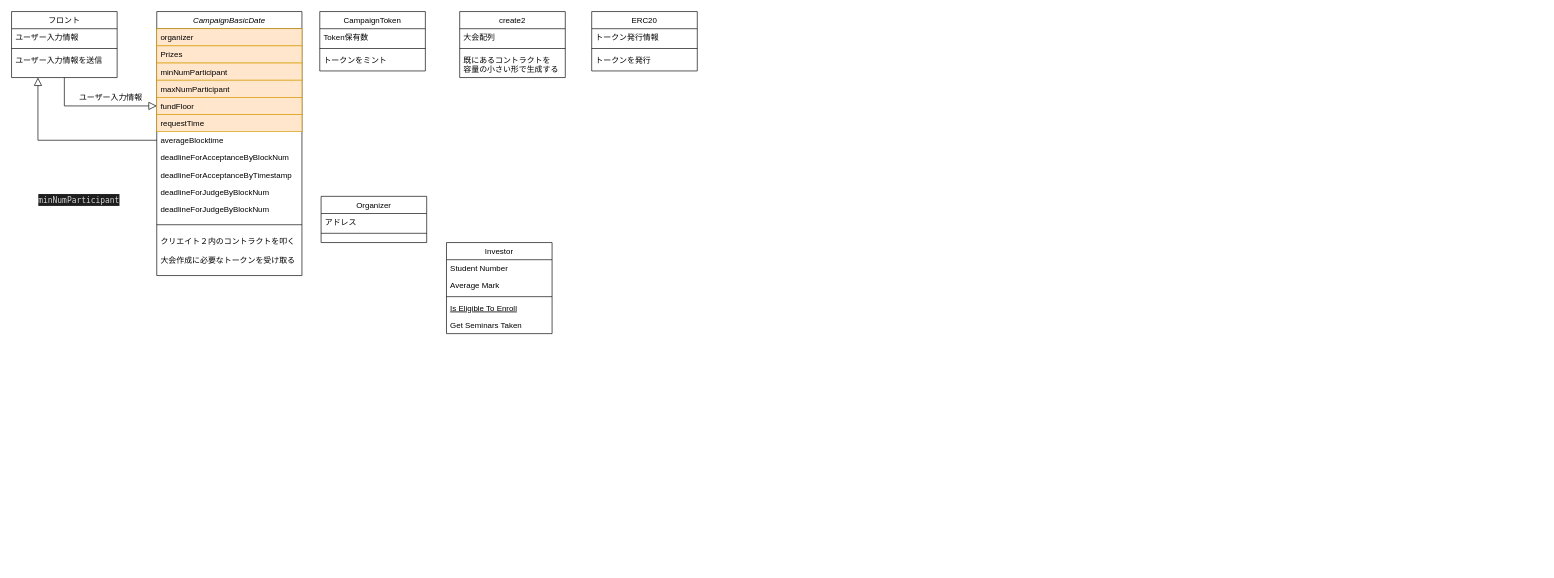
Before: Untitled Diagram.drawio in 0xyoruichi/Campaign, a draw.io diagram. Source tidied: cells renumbered, new cells numbered last; positions are measured from the earlier drawing's top-left corner, leaving out a move shared by most shapes. Both pictures are drawn from the tidied source at 66%, with x=0, y=0 at pixel (11, 11).
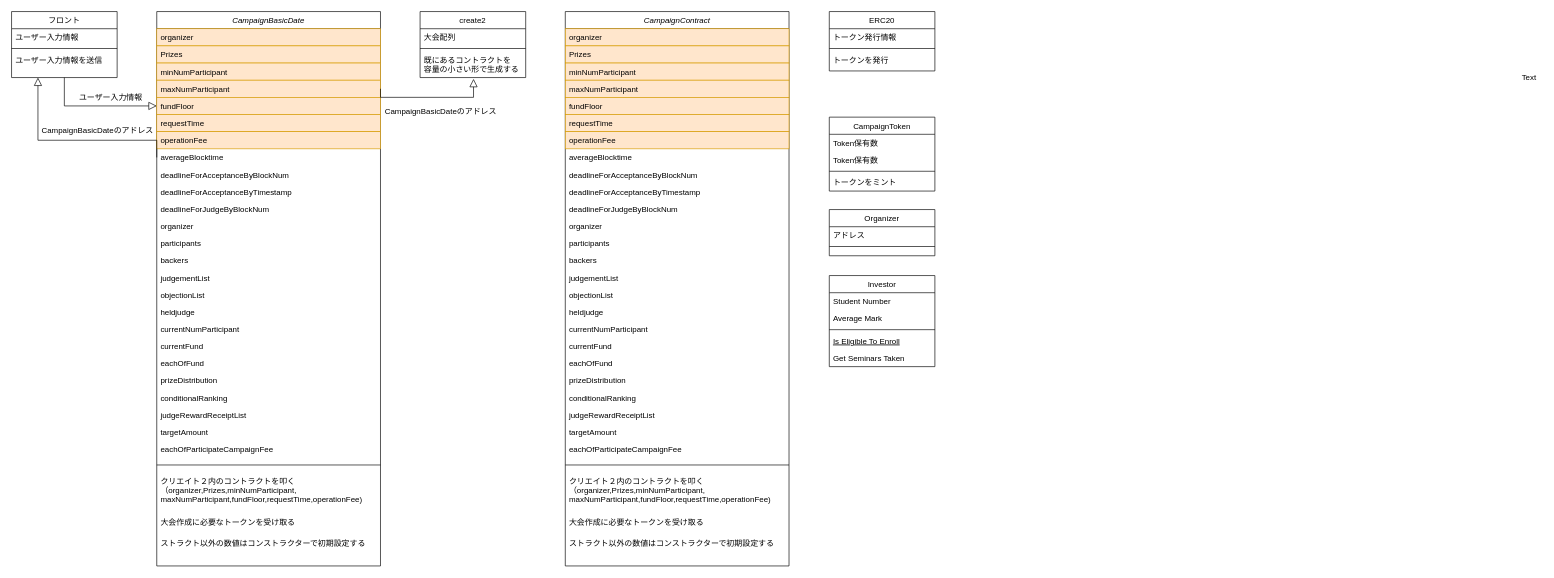
Above is the later version.

Unchanged cells that the change refers to:
```xml
<mxCell id="35" value="既にあるコントラクトを&#10;容量の小さい形で生成する" style="text;align=left;verticalAlign=top;spacingLeft=4;spacingRight=4;overflow=hidden;points=[[0,0.5],[1,0.5]];portConstraint=eastwest;" parent="32" vertex="1">
  <mxGeometry y="60" width="160" height="40" as="geometry" />
</mxCell>
```

Change to the diagram source:
```diff
@@
     <mxCell id="2" value="CampaignBasicDate" style="swimlane;fontStyle=2;align=center;verticalAlign=top;horizontal=1;startSize=26;rounded=0;shadow=0;strokeWidth=1;" parent="1" vertex="1">
-      <mxGeometry x="220" width="220" height="400" as="geometry" />
+      <mxGeometry x="220" width="339" height="840" as="geometry" />
     </mxCell>
     <mxCell id="3" value="organizer" style="text;align=left;verticalAlign=top;spacingLeft=4;spacingRight=4;overflow=hidden;fillColor=#ffe6cc;strokeColor=#d79b00;" parent="2" vertex="1">
-      <mxGeometry y="26" width="220" height="26" as="geometry" />
+      <mxGeometry y="26" width="339" height="26" as="geometry" />
     </mxCell>
     <mxCell id="4" value="Prizes" style="text;align=left;verticalAlign=top;spacingLeft=4;spacingRight=4;overflow=hidden;rounded=0;shadow=0;html=0;fillColor=#ffe6cc;strokeColor=#d79b00;" parent="2" vertex="1">
-      <mxGeometry y="52" width="220" height="26" as="geometry" />
+      <mxGeometry y="52" width="339" height="26" as="geometry" />
     </mxCell>
     <mxCell id="5" value="minNumParticipant" style="text;align=left;verticalAlign=top;spacingLeft=4;spacingRight=4;overflow=hidden;rounded=0;shadow=0;html=0;fillColor=#ffe6cc;strokeColor=#d79b00;" parent="2" vertex="1">
-      <mxGeometry y="78" width="220" height="26" as="geometry" />
+      <mxGeometry y="78" width="339" height="26" as="geometry" />
     </mxCell>
     <mxCell id="6" value="maxNumParticipant" style="text;align=left;verticalAlign=top;spacingLeft=4;spacingRight=4;overflow=hidden;points=[[0,0.5],[1,0.5]];portConstraint=eastwest;rounded=0;shadow=0;html=0;fillColor=#ffe6cc;strokeColor=#d79b00;" parent="2" vertex="1">
-      <mxGeometry y="104" width="220" height="26" as="geometry" />
+      <mxGeometry y="104" width="339" height="26" as="geometry" />
     </mxCell>
     <mxCell id="7" value="fundFloor" style="text;align=left;verticalAlign=top;spacingLeft=4;spacingRight=4;overflow=hidden;points=[[0,0.5],[1,0.5]];portConstraint=eastwest;rounded=0;shadow=0;html=0;fillColor=#ffe6cc;strokeColor=#d79b00;" parent="2" vertex="1">
-      <mxGeometry y="130" width="220" height="26" as="geometry" />
+      <mxGeometry y="130" width="339" height="26" as="geometry" />
     </mxCell>
     <mxCell id="8" value="requestTime" style="text;align=left;verticalAlign=top;spacingLeft=4;spacingRight=4;overflow=hidden;rounded=0;shadow=0;html=0;fillColor=#ffe6cc;strokeColor=#d79b00;" parent="2" vertex="1">
-      <mxGeometry y="156" width="220" height="26" as="geometry" />
+      <mxGeometry y="156" width="339" height="26" as="geometry" />
     </mxCell>
+    <mxCell id="46" value="operationFee" style="text;align=left;verticalAlign=top;spacingLeft=4;spacingRight=4;overflow=hidden;rounded=0;shadow=0;html=0;fillColor=#ffe6cc;strokeColor=#d79b00;" parent="2" vertex="1">
+      <mxGeometry y="182" width="339" height="26" as="geometry" />
+    </mxCell>
     <mxCell id="9" value="averageBlocktime" style="text;align=left;verticalAlign=top;spacingLeft=4;spacingRight=4;overflow=hidden;points=[[0,0.5],[1,0.5]];portConstraint=eastwest;rounded=0;shadow=0;html=0;" parent="2" vertex="1">
-      <mxGeometry y="182" width="220" height="26" as="geometry" />
+      <mxGeometry y="208" width="339" height="26" as="geometry" />
     </mxCell>
     <mxCell id="10" value="deadlineForAcceptanceByBlockNum" style="text;align=left;verticalAlign=top;spacingLeft=4;spacingRight=4;overflow=hidden;rounded=0;shadow=0;html=0;" parent="2" vertex="1">
-      <mxGeometry y="208" width="220" height="26" as="geometry" />
+      <mxGeometry y="234" width="339" height="26" as="geometry" />
     </mxCell>
     <mxCell id="11" value="deadlineForAcceptanceByTimestamp" style="text;align=left;verticalAlign=top;spacingLeft=4;spacingRight=4;overflow=hidden;rounded=0;shadow=0;html=0;" parent="2" vertex="1">
-      <mxGeometry y="234" width="220" height="26" as="geometry" />
+      <mxGeometry y="260" width="339" height="26" as="geometry" />
     </mxCell>
     <mxCell id="12" value="deadlineForJudgeByBlockNum" style="text;align=left;verticalAlign=top;spacingLeft=4;spacingRight=4;overflow=hidden;rounded=0;shadow=0;html=0;" parent="2" vertex="1">
-      <mxGeometry y="260" width="220" height="26" as="geometry" />
+      <mxGeometry y="286" width="339" height="26" as="geometry" />
     </mxCell>
-    <mxCell id="13" value="deadlineForJudgeByBlockNum" style="text;align=left;verticalAlign=top;spacingLeft=4;spacingRight=4;overflow=hidden;rounded=0;shadow=0;html=0;" parent="2" vertex="1">
-      <mxGeometry y="286" width="220" height="26" as="geometry" />
+    <mxCell id="13" value="organizer" style="text;align=left;verticalAlign=top;spacingLeft=4;spacingRight=4;overflow=hidden;rounded=0;shadow=0;html=0;" parent="2" vertex="1">
+      <mxGeometry y="312" width="339" height="26" as="geometry" />
     </mxCell>
+    <mxCell id="47" value="participants" style="text;align=left;verticalAlign=top;spacingLeft=4;spacingRight=4;overflow=hidden;rounded=0;shadow=0;html=0;" parent="2" vertex="1">
+      <mxGeometry y="338" width="339" height="26" as="geometry" />
+    </mxCell>
+    <mxCell id="48" value="backers" style="text;align=left;verticalAlign=top;spacingLeft=4;spacingRight=4;overflow=hidden;rounded=0;shadow=0;html=0;" parent="2" vertex="1">
+      <mxGeometry y="364" width="339" height="26" as="geometry" />
+    </mxCell>
+    <mxCell id="49" value="judgementList" style="text;align=left;verticalAlign=top;spacingLeft=4;spacingRight=4;overflow=hidden;rounded=0;shadow=0;html=0;" parent="2" vertex="1">
+      <mxGeometry y="390" width="339" height="26" as="geometry" />
+    </mxCell>
+    <mxCell id="50" value="objectionList" style="text;align=left;verticalAlign=top;spacingLeft=4;spacingRight=4;overflow=hidden;rounded=0;shadow=0;html=0;" parent="2" vertex="1">
+      <mxGeometry y="416" width="339" height="26" as="geometry" />
+    </mxCell>
+    <mxCell id="51" value="heldjudge" style="text;align=left;verticalAlign=top;spacingLeft=4;spacingRight=4;overflow=hidden;rounded=0;shadow=0;html=0;" parent="2" vertex="1">
+      <mxGeometry y="442" width="339" height="26" as="geometry" />
+    </mxCell>
+    <mxCell id="52" value="currentNumParticipant" style="text;align=left;verticalAlign=top;spacingLeft=4;spacingRight=4;overflow=hidden;rounded=0;shadow=0;html=0;" parent="2" vertex="1">
+      <mxGeometry y="468" width="339" height="26" as="geometry" />
+    </mxCell>
+    <mxCell id="53" value="currentFund" style="text;align=left;verticalAlign=top;spacingLeft=4;spacingRight=4;overflow=hidden;rounded=0;shadow=0;html=0;" parent="2" vertex="1">
+      <mxGeometry y="494" width="339" height="26" as="geometry" />
+    </mxCell>
+    <mxCell id="54" value="eachOfFund" style="text;align=left;verticalAlign=top;spacingLeft=4;spacingRight=4;overflow=hidden;rounded=0;shadow=0;html=0;" parent="2" vertex="1">
+      <mxGeometry y="520" width="339" height="26" as="geometry" />
+    </mxCell>
+    <mxCell id="55" value="prizeDistribution" style="text;align=left;verticalAlign=top;spacingLeft=4;spacingRight=4;overflow=hidden;rounded=0;shadow=0;html=0;" parent="2" vertex="1">
+      <mxGeometry y="546" width="339" height="26" as="geometry" />
+    </mxCell>
+    <mxCell id="56" value="conditionalRanking" style="text;align=left;verticalAlign=top;spacingLeft=4;spacingRight=4;overflow=hidden;rounded=0;shadow=0;html=0;" parent="2" vertex="1">
+      <mxGeometry y="572" width="339" height="26" as="geometry" />
+    </mxCell>
+    <mxCell id="57" value="judgeRewardReceiptList" style="text;align=left;verticalAlign=top;spacingLeft=4;spacingRight=4;overflow=hidden;rounded=0;shadow=0;html=0;" parent="2" vertex="1">
+      <mxGeometry y="598" width="339" height="26" as="geometry" />
+    </mxCell>
+    <mxCell id="58" value="targetAmount" style="text;align=left;verticalAlign=top;spacingLeft=4;spacingRight=4;overflow=hidden;rounded=0;shadow=0;html=0;" parent="2" vertex="1">
+      <mxGeometry y="624" width="339" height="26" as="geometry" />
+    </mxCell>
+    <mxCell id="59" value="eachOfParticipateCampaignFee" style="text;align=left;verticalAlign=top;spacingLeft=4;spacingRight=4;overflow=hidden;rounded=0;shadow=0;html=0;" parent="2" vertex="1">
+      <mxGeometry y="650" width="339" height="26" as="geometry" />
+    </mxCell>
     <mxCell id="14" style="line;html=1;strokeWidth=1;align=left;verticalAlign=middle;spacingTop=-1;spacingLeft=3;spacingRight=3;labelPosition=right;" parent="2" vertex="1">
-      <mxGeometry y="312" width="220" height="22" as="geometry" />
+      <mxGeometry y="676" width="339" height="22" as="geometry" />
     </mxCell>
-    <mxCell id="15" value="クリエイト２内のコントラクトを叩く" style="text;align=left;verticalAlign=top;spacingLeft=4;spacingRight=4;overflow=hidden;" parent="2" vertex="1">
-      <mxGeometry y="334" width="220" height="30" as="geometry" />
+    <mxCell id="15" value="クリエイト２内のコントラクトを叩く&#10;（organizer,Prizes,minNumParticipant,&#10;maxNumParticipant,fundFloor,requestTime,operationFee)" style="text;align=left;verticalAlign=top;spacingLeft=4;spacingRight=4;overflow=hidden;" parent="2" vertex="1">
+      <mxGeometry y="698" width="339" height="62" as="geometry" />
     </mxCell>
     <mxCell id="16" value="大会作成に必要なトークンを受け取る" style="text;align=left;verticalAlign=top;spacingLeft=4;spacingRight=4;overflow=hidden;" parent="2" vertex="1">
-      <mxGeometry y="364" width="220" height="30" as="geometry" />
+      <mxGeometry y="760" width="339" height="32" as="geometry" />
     </mxCell>
+    <mxCell id="60" value="ストラクト以外の数値はコンストラクターで初期設定する" style="text;align=left;verticalAlign=top;spacingLeft=4;spacingRight=4;overflow=hidden;" parent="2" vertex="1">
+      <mxGeometry y="792" width="339" height="30" as="geometry" />
+    </mxCell>
     <mxCell id="17" value="Investor" style="swimlane;fontStyle=0;align=center;verticalAlign=top;horizontal=1;startSize=26;rounded=0;shadow=0;strokeWidth=1;" parent="1" vertex="1">
-      <mxGeometry x="659" y="350" width="160" height="138" as="geometry" />
+      <mxGeometry x="1239" y="400" width="160" height="138" as="geometry" />
     </mxCell>
@@
     <mxCell id="24" value="Organizer" style="swimlane;fontStyle=0;align=center;verticalAlign=top;horizontal=1;startSize=26;rounded=0;shadow=0;strokeWidth=1;" parent="1" vertex="1">
-      <mxGeometry x="469" y="280" width="160" height="70" as="geometry" />
+      <mxGeometry x="1239" y="300" width="160" height="70" as="geometry" />
     </mxCell>
@@
     <mxCell id="28" value="CampaignToken" style="swimlane;fontStyle=0;align=center;verticalAlign=top;horizontal=1;startSize=26;rounded=0;shadow=0;strokeWidth=1;" parent="1" vertex="1">
-      <mxGeometry x="467" width="160" height="90" as="geometry" />
+      <mxGeometry x="1239" y="160" width="160" height="112" as="geometry" />
     </mxCell>
@@
+    <mxCell id="61" value="Token保有数" style="text;align=left;verticalAlign=top;spacingLeft=4;spacingRight=4;overflow=hidden;" parent="28" vertex="1">
+      <mxGeometry y="52" width="160" height="26" as="geometry" />
+    </mxCell>
     <mxCell id="30" style="line;html=1;strokeWidth=1;align=left;verticalAlign=middle;spacingTop=-1;spacingLeft=3;spacingRight=3;labelPosition=right;" parent="28" vertex="1">
-      <mxGeometry y="52" width="160" height="8" as="geometry" />
+      <mxGeometry y="78" width="160" height="8" as="geometry" />
     </mxCell>
     <mxCell id="31" value="トークンをミント" style="text;align=left;verticalAlign=top;spacingLeft=4;spacingRight=4;overflow=hidden;" parent="28" vertex="1">
-      <mxGeometry y="60" width="160" height="26" as="geometry" />
+      <mxGeometry y="86" width="160" height="26" as="geometry" />
     </mxCell>
     <mxCell id="32" value="create2" style="swimlane;fontStyle=0;align=center;verticalAlign=top;horizontal=1;startSize=26;rounded=0;shadow=0;strokeWidth=1;" parent="1" vertex="1">
-      <mxGeometry x="679" width="160" height="100" as="geometry" />
+      <mxGeometry x="619" width="160" height="100" as="geometry" />
     </mxCell>
@@
     <mxCell id="36" value="ERC20" style="swimlane;fontStyle=0;align=center;verticalAlign=top;horizontal=1;startSize=26;rounded=0;shadow=0;strokeWidth=1;" parent="1" vertex="1">
-      <mxGeometry x="879" width="160" height="90" as="geometry" />
+      <mxGeometry x="1239" width="160" height="90" as="geometry" />
     </mxCell>
@@
+    <mxCell id="62" value="CampaignBasicDateのアドレス" style="text;html=1;align=center;verticalAlign=middle;labelBackgroundColor=none;rounded=0;shadow=0;strokeWidth=1;fontSize=12;" parent="1" vertex="1">
+      <mxGeometry x="129" y="180" as="geometry" />
+    </mxCell>
+    <mxCell id="63" style="endArrow=block;endSize=10;endFill=0;shadow=0;strokeWidth=1;rounded=0;edgeStyle=elbowEdgeStyle;elbow=vertical;exitX=1;exitY=0.5;exitDx=0;exitDy=0;entryX=0.506;entryY=1.05;entryDx=0;entryDy=0;entryPerimeter=0;" parent="1" edge="1" source="6" target="35">
+      <mxGeometry relative="1" as="geometry">
+        <Array as="points">
+          <mxPoint x="700" y="130" />
+          <mxPoint x="918" y="240" />
+        </Array>
+      </mxGeometry>
+    </mxCell>
+    <mxCell id="64" value="CampaignBasicDateのアドレス" style="text;html=1;align=center;verticalAlign=middle;labelBackgroundColor=none;rounded=0;shadow=0;strokeWidth=1;fontSize=12;" parent="1" vertex="1">
+      <mxGeometry x="649" y="150" as="geometry" />
+    </mxCell>
+    <mxCell id="65" value="Text" style="text;html=1;align=center;verticalAlign=middle;strokeColor=none;fillColor=none;" parent="1" vertex="1">
+      <mxGeometry x="2279" y="90" width="40" height="20" as="geometry" />
+    </mxCell>
+    <mxCell id="66" value="CampaignContract" style="swimlane;fontStyle=2;align=center;verticalAlign=top;horizontal=1;startSize=26;rounded=0;shadow=0;strokeWidth=1;" parent="1" vertex="1">
+      <mxGeometry x="839" width="339" height="840" as="geometry" />
+    </mxCell>
+    <mxCell id="67" value="organizer" style="text;align=left;verticalAlign=top;spacingLeft=4;spacingRight=4;overflow=hidden;fillColor=#ffe6cc;strokeColor=#d79b00;" parent="66" vertex="1">
+      <mxGeometry y="26" width="339" height="26" as="geometry" />
+    </mxCell>
+    <mxCell id="68" value="Prizes" style="text;align=left;verticalAlign=top;spacingLeft=4;spacingRight=4;overflow=hidden;rounded=0;shadow=0;html=0;fillColor=#ffe6cc;strokeColor=#d79b00;" parent="66" vertex="1">
+      <mxGeometry y="52" width="339" height="26" as="geometry" />
+    </mxCell>
-    <mxCell id="45" value="&lt;div style=&quot;color: rgb(212, 212, 212); background-color: rgb(30, 30, 30); font-family: menlo, monaco, &amp;quot;courier new&amp;quot;, monospace; font-weight: normal; font-size: 12px; line-height: 18px;&quot;&gt;&lt;div&gt;&lt;span style=&quot;color: #d4d4d4&quot;&gt;minNumParticipant&lt;/span&gt;&lt;/div&gt;&lt;/div&gt;" style="text;whiteSpace=wrap;html=1;" parent="1" vertex="1">
-      <mxGeometry x="39" y="270" width="150" height="30" as="geometry" />
+    <mxCell id="45" value="minNumParticipant" style="text;align=left;verticalAlign=top;spacingLeft=4;spacingRight=4;overflow=hidden;rounded=0;shadow=0;html=0;fillColor=#ffe6cc;strokeColor=#d79b00;" parent="66" vertex="1">
+      <mxGeometry y="78" width="339" height="26" as="geometry" />
     </mxCell>
+    <mxCell id="69" value="maxNumParticipant" style="text;align=left;verticalAlign=top;spacingLeft=4;spacingRight=4;overflow=hidden;rounded=0;shadow=0;html=0;fillColor=#ffe6cc;strokeColor=#d79b00;" parent="66" vertex="1">
+      <mxGeometry y="104" width="339" height="26" as="geometry" />
+    </mxCell>
+    <mxCell id="70" value="fundFloor" style="text;align=left;verticalAlign=top;spacingLeft=4;spacingRight=4;overflow=hidden;rounded=0;shadow=0;html=0;fillColor=#ffe6cc;strokeColor=#d79b00;" parent="66" vertex="1">
+      <mxGeometry y="130" width="339" height="26" as="geometry" />
+    </mxCell>
+    <mxCell id="71" value="requestTime" style="text;align=left;verticalAlign=top;spacingLeft=4;spacingRight=4;overflow=hidden;rounded=0;shadow=0;html=0;fillColor=#ffe6cc;strokeColor=#d79b00;" parent="66" vertex="1">
+      <mxGeometry y="156" width="339" height="26" as="geometry" />
+    </mxCell>
+    <mxCell id="72" value="operationFee" style="text;align=left;verticalAlign=top;spacingLeft=4;spacingRight=4;overflow=hidden;rounded=0;shadow=0;html=0;fillColor=#ffe6cc;strokeColor=#d79b00;" parent="66" vertex="1">
+      <mxGeometry y="182" width="339" height="26" as="geometry" />
+    </mxCell>
+    <mxCell id="73" value="averageBlocktime" style="text;align=left;verticalAlign=top;spacingLeft=4;spacingRight=4;overflow=hidden;rounded=0;shadow=0;html=0;" parent="66" vertex="1">
+      <mxGeometry y="208" width="339" height="26" as="geometry" />
+    </mxCell>
+    <mxCell id="74" value="deadlineForAcceptanceByBlockNum" style="text;align=left;verticalAlign=top;spacingLeft=4;spacingRight=4;overflow=hidden;rounded=0;shadow=0;html=0;" parent="66" vertex="1">
+      <mxGeometry y="234" width="339" height="26" as="geometry" />
+    </mxCell>
+    <mxCell id="75" value="deadlineForAcceptanceByTimestamp" style="text;align=left;verticalAlign=top;spacingLeft=4;spacingRight=4;overflow=hidden;rounded=0;shadow=0;html=0;" parent="66" vertex="1">
+      <mxGeometry y="260" width="339" height="26" as="geometry" />
+    </mxCell>
+    <mxCell id="76" value="deadlineForJudgeByBlockNum" style="text;align=left;verticalAlign=top;spacingLeft=4;spacingRight=4;overflow=hidden;rounded=0;shadow=0;html=0;" parent="66" vertex="1">
+      <mxGeometry y="286" width="339" height="26" as="geometry" />
+    </mxCell>
+    <mxCell id="77" value="organizer" style="text;align=left;verticalAlign=top;spacingLeft=4;spacingRight=4;overflow=hidden;rounded=0;shadow=0;html=0;" parent="66" vertex="1">
+      <mxGeometry y="312" width="339" height="26" as="geometry" />
+    </mxCell>
+    <mxCell id="78" value="participants" style="text;align=left;verticalAlign=top;spacingLeft=4;spacingRight=4;overflow=hidden;rounded=0;shadow=0;html=0;" parent="66" vertex="1">
+      <mxGeometry y="338" width="339" height="26" as="geometry" />
+    </mxCell>
+    <mxCell id="79" value="backers" style="text;align=left;verticalAlign=top;spacingLeft=4;spacingRight=4;overflow=hidden;rounded=0;shadow=0;html=0;" parent="66" vertex="1">
+      <mxGeometry y="364" width="339" height="26" as="geometry" />
+    </mxCell>
+    <mxCell id="80" value="judgementList" style="text;align=left;verticalAlign=top;spacingLeft=4;spacingRight=4;overflow=hidden;rounded=0;shadow=0;html=0;" parent="66" vertex="1">
+      <mxGeometry y="390" width="339" height="26" as="geometry" />
+    </mxCell>
+    <mxCell id="81" value="objectionList" style="text;align=left;verticalAlign=top;spacingLeft=4;spacingRight=4;overflow=hidden;rounded=0;shadow=0;html=0;" parent="66" vertex="1">
+      <mxGeometry y="416" width="339" height="26" as="geometry" />
+    </mxCell>
+    <mxCell id="82" value="heldjudge" style="text;align=left;verticalAlign=top;spacingLeft=4;spacingRight=4;overflow=hidden;rounded=0;shadow=0;html=0;" parent="66" vertex="1">
+      <mxGeometry y="442" width="339" height="26" as="geometry" />
+    </mxCell>
+    <mxCell id="83" value="currentNumParticipant" style="text;align=left;verticalAlign=top;spacingLeft=4;spacingRight=4;overflow=hidden;rounded=0;shadow=0;html=0;" parent="66" vertex="1">
+      <mxGeometry y="468" width="339" height="26" as="geometry" />
+    </mxCell>
+    <mxCell id="84" value="currentFund" style="text;align=left;verticalAlign=top;spacingLeft=4;spacingRight=4;overflow=hidden;rounded=0;shadow=0;html=0;" parent="66" vertex="1">
+      <mxGeometry y="494" width="339" height="26" as="geometry" />
+    </mxCell>
+    <mxCell id="85" value="eachOfFund" style="text;align=left;verticalAlign=top;spacingLeft=4;spacingRight=4;overflow=hidden;rounded=0;shadow=0;html=0;" parent="66" vertex="1">
+      <mxGeometry y="520" width="339" height="26" as="geometry" />
+    </mxCell>
+    <mxCell id="86" value="prizeDistribution" style="text;align=left;verticalAlign=top;spacingLeft=4;spacingRight=4;overflow=hidden;rounded=0;shadow=0;html=0;" parent="66" vertex="1">
+      <mxGeometry y="546" width="339" height="26" as="geometry" />
+    </mxCell>
+    <mxCell id="87" value="conditionalRanking" style="text;align=left;verticalAlign=top;spacingLeft=4;spacingRight=4;overflow=hidden;rounded=0;shadow=0;html=0;" parent="66" vertex="1">
+      <mxGeometry y="572" width="339" height="26" as="geometry" />
+    </mxCell>
+    <mxCell id="88" value="judgeRewardReceiptList" style="text;align=left;verticalAlign=top;spacingLeft=4;spacingRight=4;overflow=hidden;rounded=0;shadow=0;html=0;" parent="66" vertex="1">
+      <mxGeometry y="598" width="339" height="26" as="geometry" />
+    </mxCell>
+    <mxCell id="89" value="targetAmount" style="text;align=left;verticalAlign=top;spacingLeft=4;spacingRight=4;overflow=hidden;rounded=0;shadow=0;html=0;" parent="66" vertex="1">
+      <mxGeometry y="624" width="339" height="26" as="geometry" />
+    </mxCell>
+    <mxCell id="90" value="eachOfParticipateCampaignFee" style="text;align=left;verticalAlign=top;spacingLeft=4;spacingRight=4;overflow=hidden;rounded=0;shadow=0;html=0;" parent="66" vertex="1">
+      <mxGeometry y="650" width="339" height="26" as="geometry" />
+    </mxCell>
+    <mxCell id="91" style="line;html=1;strokeWidth=1;align=left;verticalAlign=middle;spacingTop=-1;spacingLeft=3;spacingRight=3;labelPosition=right;" parent="66" vertex="1">
+      <mxGeometry y="676" width="339" height="22" as="geometry" />
+    </mxCell>
+    <mxCell id="92" value="クリエイト２内のコントラクトを叩く&#10;（organizer,Prizes,minNumParticipant,&#10;maxNumParticipant,fundFloor,requestTime,operationFee)" style="text;align=left;verticalAlign=top;spacingLeft=4;spacingRight=4;overflow=hidden;" parent="66" vertex="1">
+      <mxGeometry y="698" width="339" height="62" as="geometry" />
+    </mxCell>
+    <mxCell id="93" value="大会作成に必要なトークンを受け取る" style="text;align=left;verticalAlign=top;spacingLeft=4;spacingRight=4;overflow=hidden;" parent="66" vertex="1">
+      <mxGeometry y="760" width="339" height="32" as="geometry" />
+    </mxCell>
+    <mxCell id="94" value="ストラクト以外の数値はコンストラクターで初期設定する" style="text;align=left;verticalAlign=top;spacingLeft=4;spacingRight=4;overflow=hidden;" parent="66" vertex="1">
+      <mxGeometry y="792" width="339" height="30" as="geometry" />
+    </mxCell>
```
